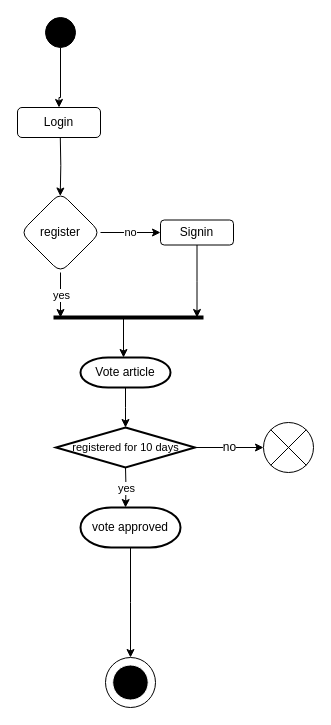
Above: page "Vote article" (5 of 6) of activity.drawio in mosup16/wikiwiki-swe-project-digrams (draw.io), before the change. Source tidied: cells renumbered, new cells numbered last; positions are measured from the earlier drawing's top-left corner, leaving out a move shared by most shapes. Both pictures are drawn from the tidied source at 100%, with x=0, y=0 at pixel (17, 17).
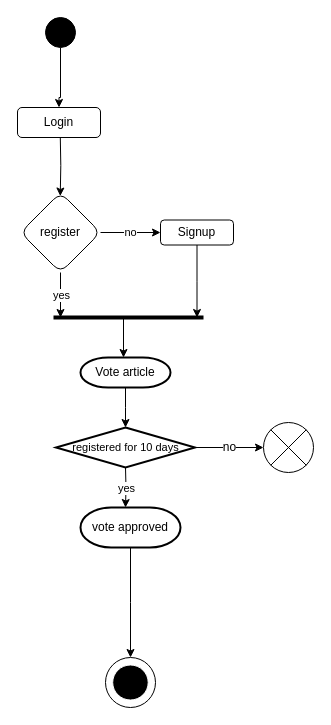
The same page after the edit.

What changed in the source:
```diff
@@
-    <mxCell id="20" value="Signin" style="whiteSpace=wrap;html=1;fillColor=#FFFFFF;rounded=1;" parent="1" vertex="1">
+    <mxCell id="20" value="Signup" style="whiteSpace=wrap;html=1;fillColor=#FFFFFF;rounded=1;" parent="1" vertex="1">
       <mxGeometry x="143" y="202.5" width="73" height="25" as="geometry" />
     </mxCell>
```
